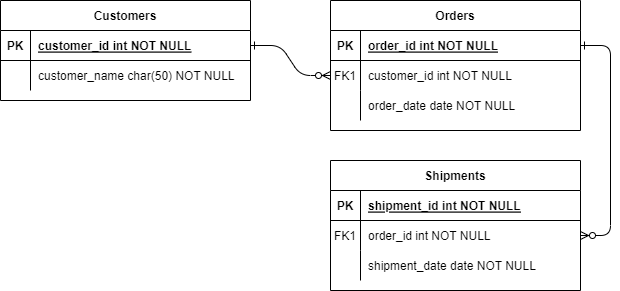
This is WeBbanhang.drawio.png from NCanhhieu/T2207E-Diagram, a draw.io export, as it was before one commit. Source tidied: cells renumbered, new cells last; positions are measured from the earlier drawing's top-left corner, leaving out a move shared by most shapes.
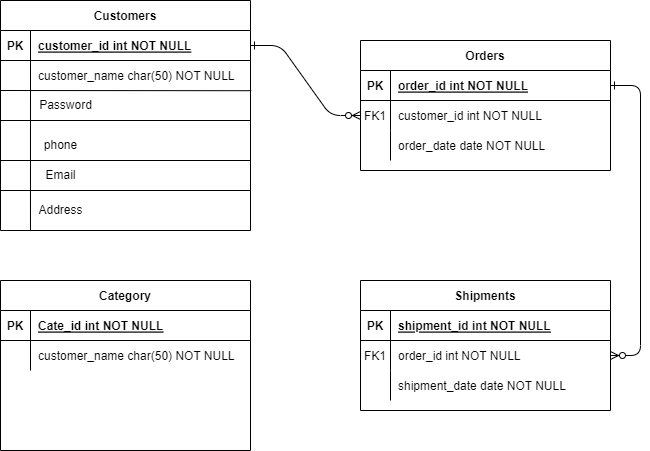
After the change.

Commit message:
Cập nhật WeBbanhang.drawio.png

Change to the diagram source:
```diff
@@ -9,7 +9,7 @@
       <mxGeometry relative="1" as="geometry" />
     </mxCell>
     <mxCell id="4" value="Orders" style="shape=table;startSize=30;rowLines=0;fontStyle=1;align=center;" parent="1" vertex="1">
-      <mxGeometry x="330" width="250" height="130" as="geometry" />
+      <mxGeometry x="360" y="40" width="250" height="130" as="geometry" />
     </mxCell>
     <mxCell id="5" style="shape=partialRectangle;fillColor=none;points=[[0,0.5],[1,0.5]];portConstraint=eastwest;top=0;left=0;right=0;bottom=1;" parent="4" vertex="1">
       <mxGeometry y="30" width="250" height="30" as="geometry" />
@@ -39,7 +39,7 @@
       <mxGeometry x="30" width="220" height="30" as="geometry" />
     </mxCell>
     <mxCell id="14" value="Shipments" style="shape=table;startSize=30;rowLines=0;fontStyle=1;align=center;" parent="1" vertex="1">
-      <mxGeometry x="330" y="160" width="250" height="130" as="geometry" />
+      <mxGeometry x="360" y="280" width="250" height="130" as="geometry" />
     </mxCell>
     <mxCell id="15" style="shape=partialRectangle;fillColor=none;top=0;left=0;right=0;bottom=1;" parent="14" vertex="1">
       <mxGeometry y="30" width="250" height="30" as="geometry" />
@@ -69,7 +69,7 @@
       <mxGeometry x="30" width="220" height="30" as="geometry" />
     </mxCell>
     <mxCell id="24" value="Customers" style="shape=table;startSize=30;rowLines=0;fontStyle=1;align=center;" parent="1" vertex="1">
-      <mxGeometry width="250" height="100" as="geometry" />
+      <mxGeometry width="250" height="230" as="geometry" />
     </mxCell>
     <mxCell id="25" style="shape=partialRectangle;fillColor=none;points=[[0,0.5],[1,0.5]];portConstraint=eastwest;top=0;left=0;right=0;bottom=1;" parent="24" vertex="1">
       <mxGeometry y="30" width="250" height="30" as="geometry" />
@@ -89,5 +89,64 @@
     <mxCell id="30" value="customer_name char(50) NOT NULL" style="shape=partialRectangle;overflow=hidden;fillColor=none;top=0;left=0;bottom=0;right=0;align=left;spacingLeft=6;" parent="28" vertex="1">
       <mxGeometry x="30" width="220" height="30" as="geometry" />
     </mxCell>
+    <mxCell id="31" style="endArrow=none;html=1;rounded=0;fontFamily=Helvetica;fontSize=12;fontColor=default;startSize=30;exitX=0;exitY=1;exitDx=0;exitDy=0;exitPerimeter=0;entryX=1.003;entryY=1.007;entryDx=0;entryDy=0;entryPerimeter=0;" parent="24" edge="1" source="28" target="28">
+      <mxGeometry relative="1" as="geometry" />
+    </mxCell>
+    <mxCell id="32" value="Password" style="text;html=1;align=center;verticalAlign=middle;strokeColor=none;fillColor=none;fontSize=12;fontFamily=Helvetica;fontColor=default;" parent="1" vertex="1">
+      <mxGeometry x="25" y="90" width="80" height="30" as="geometry" />
+    </mxCell>
+    <mxCell id="33" style="endArrow=none;html=1;rounded=0;fontFamily=Helvetica;fontSize=12;fontColor=default;startSize=30;exitX=0.071;exitY=1.173;exitDx=0;exitDy=0;exitPerimeter=0;" parent="1" edge="1" source="38">
+      <mxGeometry relative="1" as="geometry">
+        <mxPoint x="30" y="90" as="targetPoint" />
+      </mxGeometry>
+    </mxCell>
+    <mxCell id="34" style="endArrow=none;html=1;rounded=0;fontFamily=Helvetica;fontSize=12;fontColor=default;startSize=30;" parent="1" edge="1">
+      <mxGeometry relative="1" as="geometry">
+        <mxPoint x="250" y="120" as="sourcePoint" />
+        <mxPoint y="120" as="targetPoint" />
+      </mxGeometry>
+    </mxCell>
+    <mxCell id="35" value="phone" style="text;html=1;align=center;verticalAlign=middle;strokeColor=none;fillColor=none;fontSize=12;fontFamily=Helvetica;fontColor=default;" parent="1" vertex="1">
+      <mxGeometry x="30" y="130" width="60" height="30" as="geometry" />
+    </mxCell>
+    <mxCell id="36" value="Email" style="text;html=1;align=center;verticalAlign=middle;strokeColor=none;fillColor=none;fontSize=12;fontFamily=Helvetica;fontColor=default;" parent="1" vertex="1">
+      <mxGeometry x="35" y="160" width="50" height="30" as="geometry" />
+    </mxCell>
+    <mxCell id="37" style="endArrow=none;html=1;rounded=0;fontFamily=Helvetica;fontSize=12;fontColor=default;startSize=30;" parent="1" edge="1">
+      <mxGeometry relative="1" as="geometry">
+        <mxPoint x="250" y="160" as="sourcePoint" />
+        <mxPoint y="160" as="targetPoint" />
+      </mxGeometry>
+    </mxCell>
+    <mxCell id="38" value="Address" style="text;html=1;align=center;verticalAlign=middle;points=[];strokeColor=none;fillColor=none;fontSize=12;fontFamily=Helvetica;fontColor=default;" parent="1" vertex="1">
+      <mxGeometry x="25" y="195" width="70" height="30" as="geometry" />
+    </mxCell>
+    <mxCell id="39" style="endArrow=none;html=1;rounded=0;fontFamily=Helvetica;fontSize=12;fontColor=default;startSize=30;" parent="1" edge="1">
+      <mxGeometry relative="1" as="geometry">
+        <mxPoint x="250" y="190" as="sourcePoint" />
+        <mxPoint y="190" as="targetPoint" />
+      </mxGeometry>
+    </mxCell>
+    <mxCell id="40" value="Category" style="shape=table;startSize=30;rowLines=0;fontStyle=1;align=center;" parent="1" vertex="1">
+      <mxGeometry y="280" width="250" height="170" as="geometry" />
+    </mxCell>
+    <mxCell id="41" style="shape=partialRectangle;fillColor=none;top=0;left=0;right=0;bottom=1;" parent="40" vertex="1">
+      <mxGeometry y="30" width="250" height="30" as="geometry" />
+    </mxCell>
+    <mxCell id="42" value="PK" style="shape=partialRectangle;overflow=hidden;fillColor=none;top=0;left=0;bottom=0;right=0;fontStyle=1;" parent="41" vertex="1">
+      <mxGeometry width="30" height="30" as="geometry" />
+    </mxCell>
+    <mxCell id="43" value="Cate_id int NOT NULL " style="shape=partialRectangle;overflow=hidden;fillColor=none;top=0;left=0;bottom=0;right=0;align=left;spacingLeft=6;fontStyle=5;" parent="41" vertex="1">
+      <mxGeometry x="30" width="220" height="30" as="geometry" />
+    </mxCell>
+    <mxCell id="44" style="shape=partialRectangle;fillColor=none;top=0;left=0;right=0;bottom=0;" parent="40" vertex="1">
+      <mxGeometry y="60" width="250" height="30" as="geometry" />
+    </mxCell>
+    <mxCell id="45" style="shape=partialRectangle;overflow=hidden;fillColor=none;top=0;left=0;bottom=0;right=0;" parent="44" vertex="1">
+      <mxGeometry width="30" height="30" as="geometry" />
+    </mxCell>
+    <mxCell id="46" value="customer_name char(50) NOT NULL" style="shape=partialRectangle;overflow=hidden;fillColor=none;top=0;left=0;bottom=0;right=0;align=left;spacingLeft=6;" parent="44" vertex="1">
+      <mxGeometry x="30" width="220" height="30" as="geometry" />
+    </mxCell>
   </root>
 </mxGraphModel>
```
